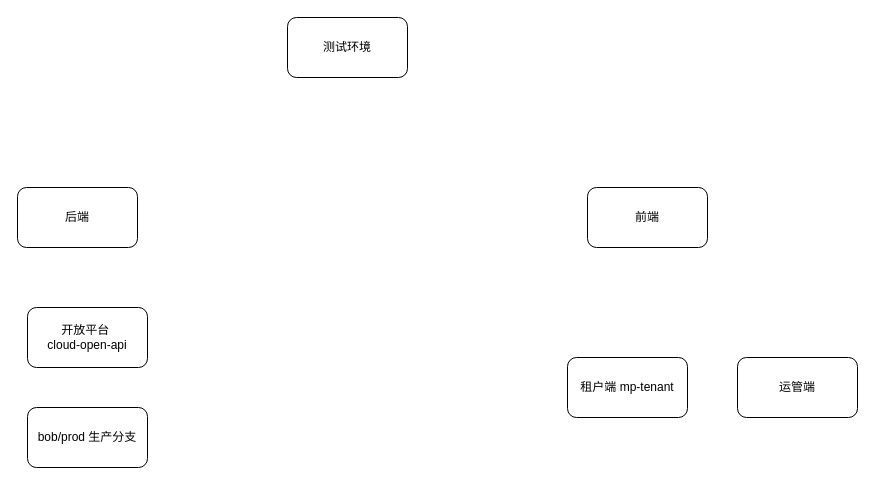
Earlier version of the draw.io diagram ares_session.drawio (wdidada126/langnote). Source tidied: cells renumbered, new cells numbered last; positions are measured from the earlier drawing's top-left corner, leaving out a move shared by most shapes. Both pictures are drawn from the tidied source at 100%, with x=0, y=0 at pixel (17, 17).
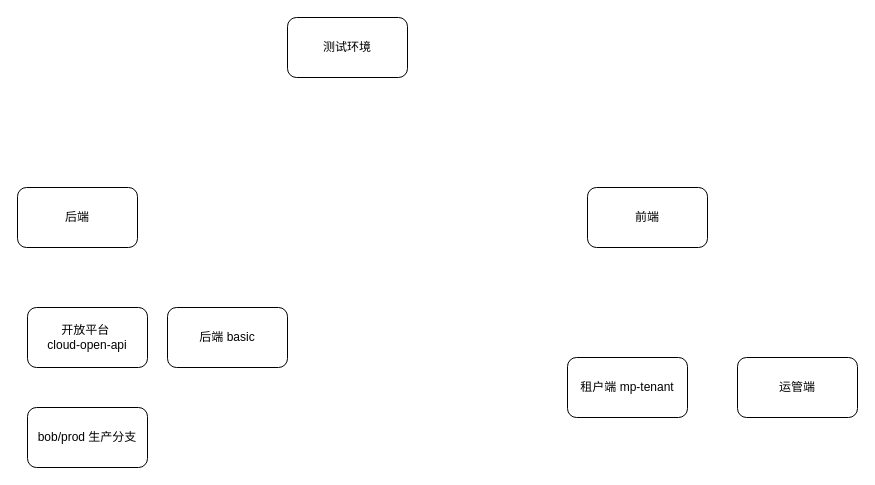
Above is the later version.

What changed in the source:
```diff
@@
 <mxGraphModel>
   <root>
     <mxCell id="0" />
     <mxCell id="1" parent="0" />
     <mxCell id="2" value="测试环境" style="rounded=1;whiteSpace=wrap;html=1;" parent="1" vertex="1">
       <mxGeometry x="270" width="120" height="60" as="geometry" />
     </mxCell>
     <mxCell id="3" value="前端" style="rounded=1;whiteSpace=wrap;html=1;" parent="1" vertex="1">
       <mxGeometry x="570" y="170" width="120" height="60" as="geometry" />
     </mxCell>
     <mxCell id="4" value="后端" style="rounded=1;whiteSpace=wrap;html=1;" parent="1" vertex="1">
       <mxGeometry y="170" width="120" height="60" as="geometry" />
     </mxCell>
     <mxCell id="5" value="租户端&amp;nbsp;mp-tenant" style="rounded=1;whiteSpace=wrap;html=1;" parent="1" vertex="1">
       <mxGeometry x="550" y="340" width="120" height="60" as="geometry" />
     </mxCell>
     <mxCell id="6" value="开放平台&amp;nbsp;&lt;div&gt;cloud-open-api&lt;/div&gt;" style="rounded=1;whiteSpace=wrap;html=1;" parent="1" vertex="1">
       <mxGeometry x="10" y="290" width="120" height="60" as="geometry" />
     </mxCell>
     <mxCell id="7" value="运管端" style="rounded=1;whiteSpace=wrap;html=1;" parent="1" vertex="1">
       <mxGeometry x="720" y="340" width="120" height="60" as="geometry" />
     </mxCell>
     <mxCell id="8" value="bob/prod 生产分支" style="rounded=1;whiteSpace=wrap;html=1;" parent="1" vertex="1">
       <mxGeometry x="10" y="390" width="120" height="60" as="geometry" />
     </mxCell>
+    <mxCell id="9" value="后端 basic" style="rounded=1;whiteSpace=wrap;html=1;" parent="1" vertex="1">
+      <mxGeometry x="150" y="290" width="120" height="60" as="geometry" />
+    </mxCell>
   </root>
 </mxGraphModel>
```
